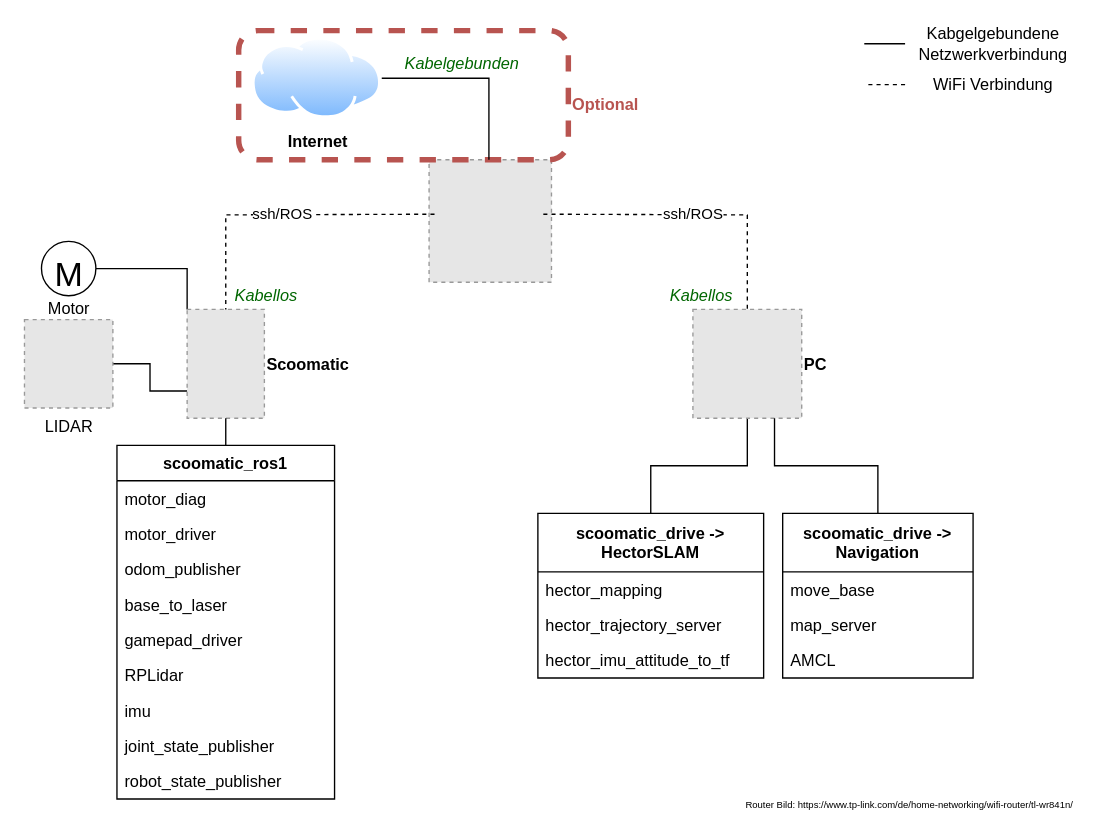
Earlier version of the draw.io diagram docs/bachelor-hc/images/MachineOverview.drawio (ll7/scoomatic-hoverboard). Source tidied: cells renumbered, new cells numbered last; positions are measured from the earlier drawing's top-left corner, leaving out a move shared by most shapes. Both pictures are drawn from the tidied source at 136%, with x=0, y=0 at pixel (23, 23). Pictures stored in the file or linked from it are replaced by grey dashed boxes.
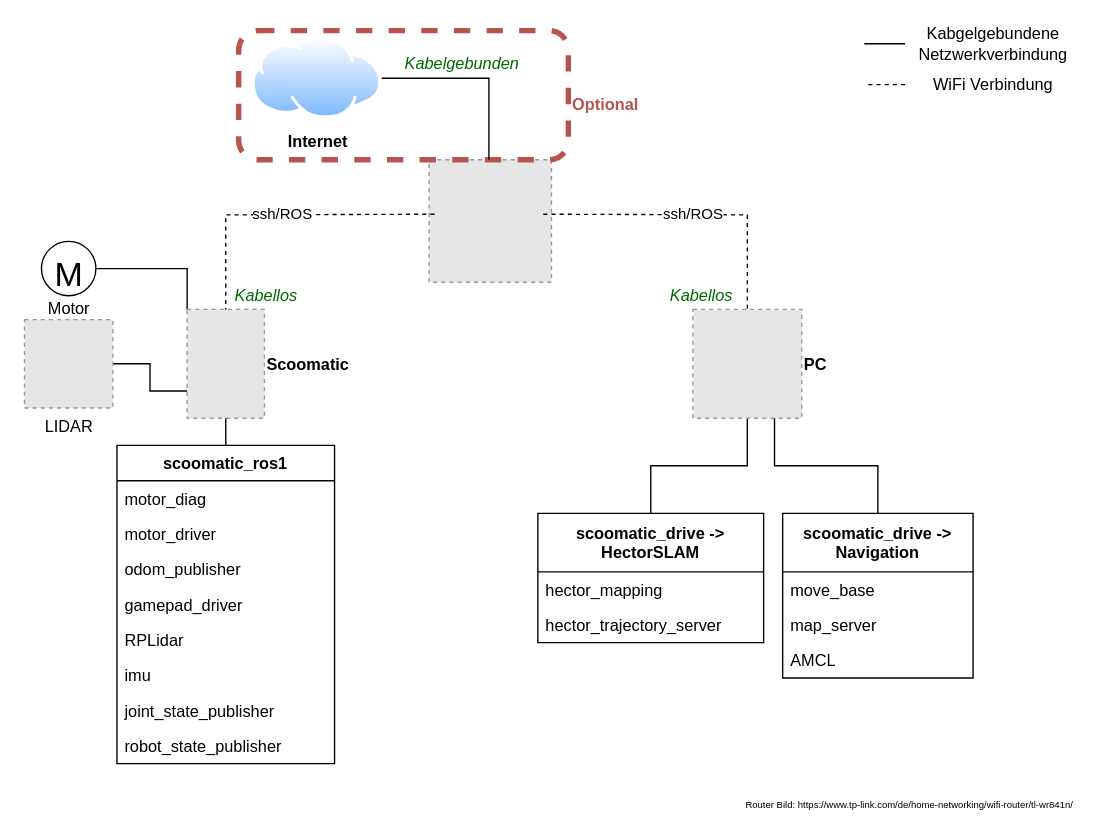
After the change.

Commit message (it also covers changes not shown here):
[DOC] update machine overview and add hint for glass

Diff of the diagram source:
```diff
@@
     <mxCell id="9" value="scoomatic_drive -&gt;&#10;HectorSLAM" style="swimlane;fontStyle=1;horizontal=1;startSize=43;fillColor=none;" parent="1" vertex="1">
-      <mxGeometry x="378" y="360" width="166" height="121" as="geometry" />
+      <mxGeometry x="378" y="360" width="166" height="95" as="geometry" />
     </mxCell>
@@
-    <mxCell id="12" value="hector_imu_attitude_to_tf" style="text;strokeColor=none;fillColor=none;align=left;verticalAlign=top;spacingLeft=4;spacingRight=4;overflow=hidden;" parent="9" vertex="1">
-      <mxGeometry y="95" width="166" height="26" as="geometry" />
-    </mxCell>
     <mxCell id="13" value="scoomatic_ros1" style="swimlane;fontStyle=1;horizontal=1;startSize=26;fillColor=none;" parent="1" vertex="1">
-      <mxGeometry x="68.5" y="310" width="160" height="260" as="geometry" />
+      <mxGeometry x="68.5" y="310" width="160" height="234" as="geometry" />
     </mxCell>
@@
-    <mxCell id="17" value="base_to_laser" style="text;strokeColor=none;fillColor=none;align=left;verticalAlign=top;spacingLeft=4;spacingRight=4;overflow=hidden;" parent="13" vertex="1">
-      <mxGeometry y="104" width="160" height="26" as="geometry" />
-    </mxCell>
     <mxCell id="18" value="gamepad_driver" style="text;strokeColor=none;fillColor=none;align=left;verticalAlign=top;spacingLeft=4;spacingRight=4;overflow=hidden;" parent="13" vertex="1">
-      <mxGeometry y="130" width="160" height="26" as="geometry" />
+      <mxGeometry y="104" width="160" height="26" as="geometry" />
     </mxCell>
     <mxCell id="19" value="RPLidar" style="text;strokeColor=none;fillColor=none;align=left;verticalAlign=top;spacingLeft=4;spacingRight=4;overflow=hidden;" parent="13" vertex="1">
-      <mxGeometry y="156" width="160" height="26" as="geometry" />
+      <mxGeometry y="130" width="160" height="26" as="geometry" />
     </mxCell>
     <mxCell id="20" value="imu" style="text;strokeColor=none;fillColor=none;align=left;verticalAlign=top;spacingLeft=4;spacingRight=4;overflow=hidden;" parent="13" vertex="1">
-      <mxGeometry y="182" width="160" height="26" as="geometry" />
+      <mxGeometry y="156" width="160" height="26" as="geometry" />
     </mxCell>
     <mxCell id="21" value="joint_state_publisher" style="text;strokeColor=none;fillColor=none;align=left;verticalAlign=top;spacingLeft=4;spacingRight=4;overflow=hidden;" parent="13" vertex="1">
-      <mxGeometry y="208" width="160" height="26" as="geometry" />
+      <mxGeometry y="182" width="160" height="26" as="geometry" />
     </mxCell>
     <mxCell id="22" value="robot_state_publisher" style="text;strokeColor=none;fillColor=none;align=left;verticalAlign=top;spacingLeft=4;spacingRight=4;overflow=hidden;" parent="13" vertex="1">
-      <mxGeometry y="234" width="160" height="26" as="geometry" />
+      <mxGeometry y="208" width="160" height="26" as="geometry" />
     </mxCell>
```
